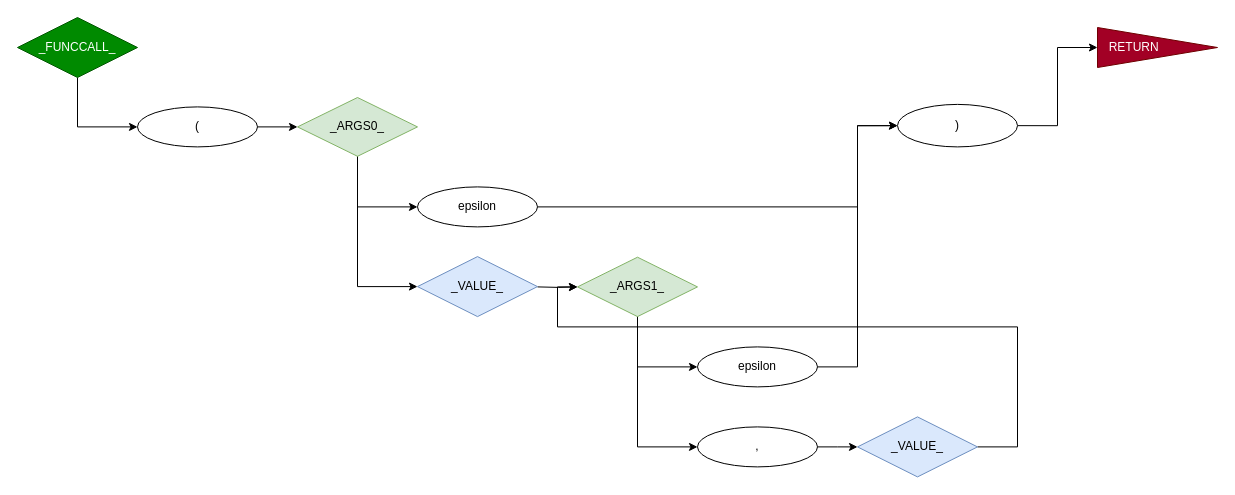
The draw.io diagram page "_FUNCCALL_" (8 of 8) of CFG.drawio in ZacharyYGateley/Compiler, before the edit. Source tidied: cells renumbered, new cells numbered last; positions are measured from the earlier drawing's top-left corner, leaving out a move shared by most shapes. Both pictures are drawn from the tidied source at 100%, with x=0, y=0 at pixel (17, 17).
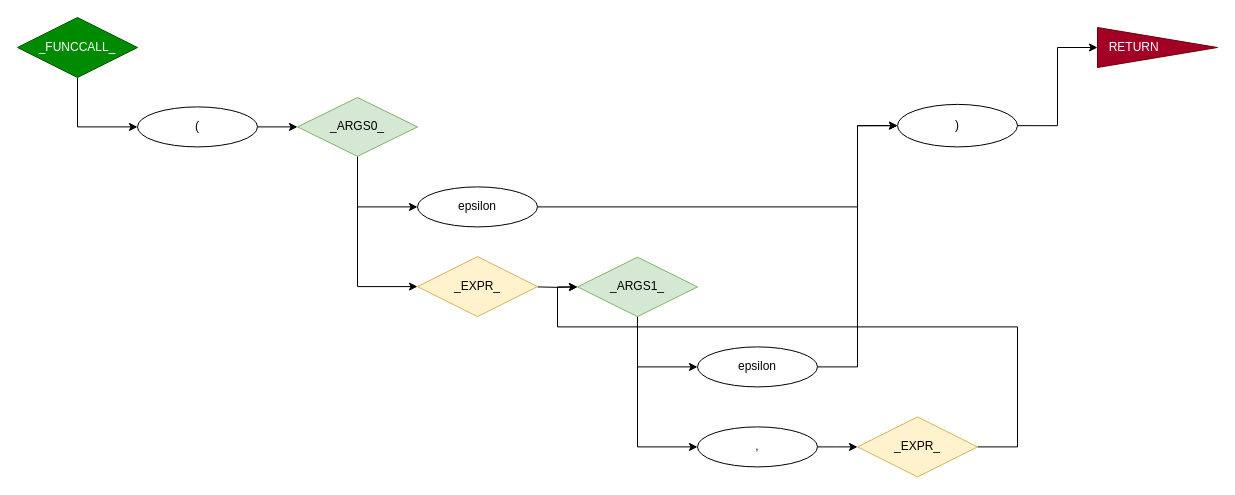
The same page after the edit.

What changed in the source:
```diff
@@
-    <mxCell id="22" value="_VALUE_" style="rhombus;whiteSpace=wrap;html=1;fillColor=#dae8fc;strokeColor=#6c8ebf;" parent="1" vertex="1">
+    <mxCell id="22" value="_EXPR_" style="rhombus;whiteSpace=wrap;html=1;fillColor=#fff2cc;strokeColor=#d6b656;" parent="1" vertex="1">
       <mxGeometry x="400" y="239.1" width="120" height="60" as="geometry" />
     </mxCell>
-    <mxCell id="23" value="_VALUE_" style="rhombus;whiteSpace=wrap;html=1;fillColor=#dae8fc;strokeColor=#6c8ebf;" parent="1" vertex="1">
+    <mxCell id="23" value="_EXPR_" style="rhombus;whiteSpace=wrap;html=1;fillColor=#fff2cc;strokeColor=#d6b656;" parent="1" vertex="1">
       <mxGeometry x="840" y="399.4" width="120" height="60" as="geometry" />
     </mxCell>
```
